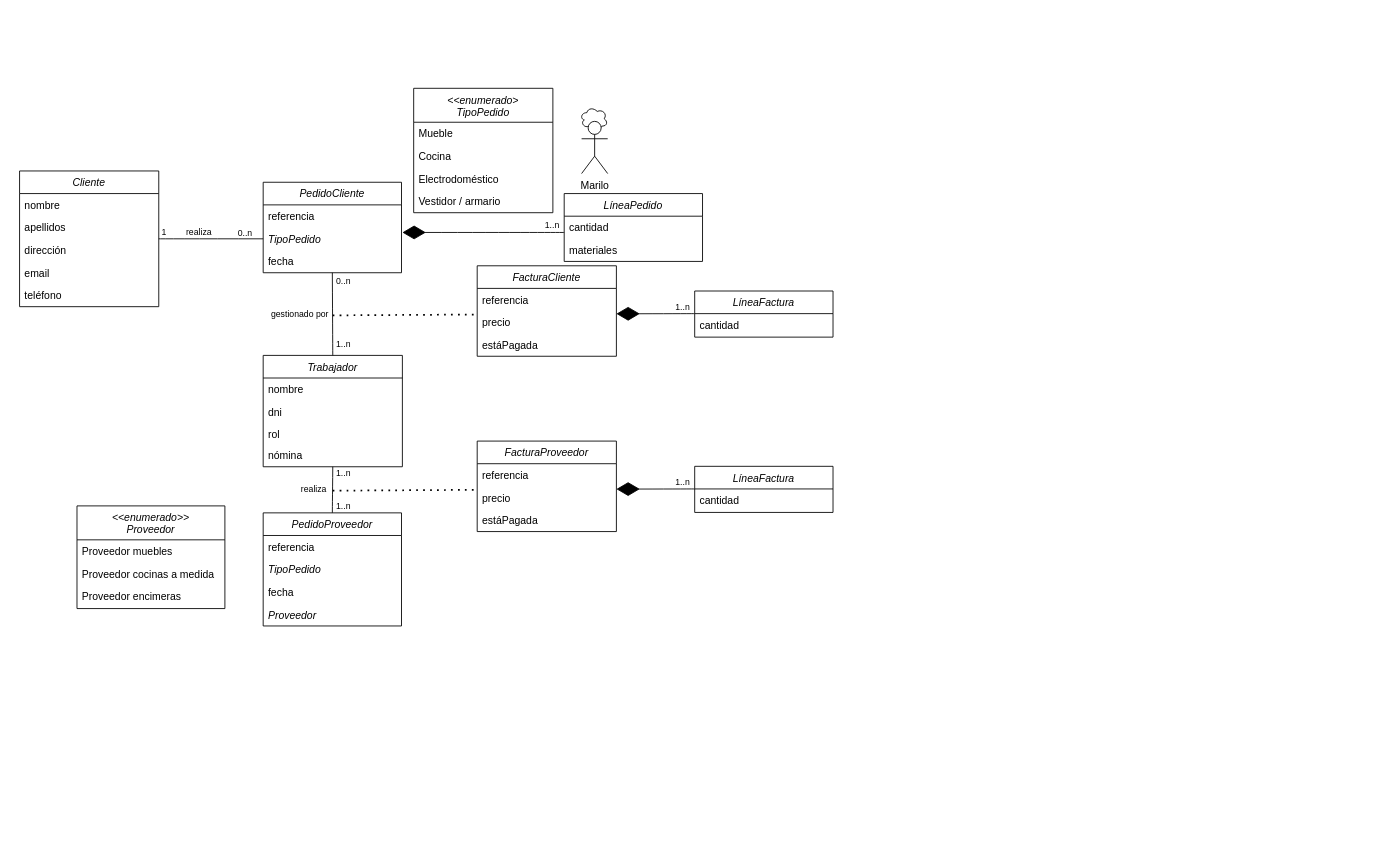
This is diagrams/Diagrama conceptual.drawio from ClaudiaOviedoGovantes/ComercialPostigo, a draw.io file, before an edit. Source tidied: cells renumbered, new cells numbered last; positions are measured from the earlier drawing's top-left corner, leaving out a move shared by most shapes. Both pictures are drawn from the tidied source at 87%, with x=0, y=0 at pixel (19, 88).
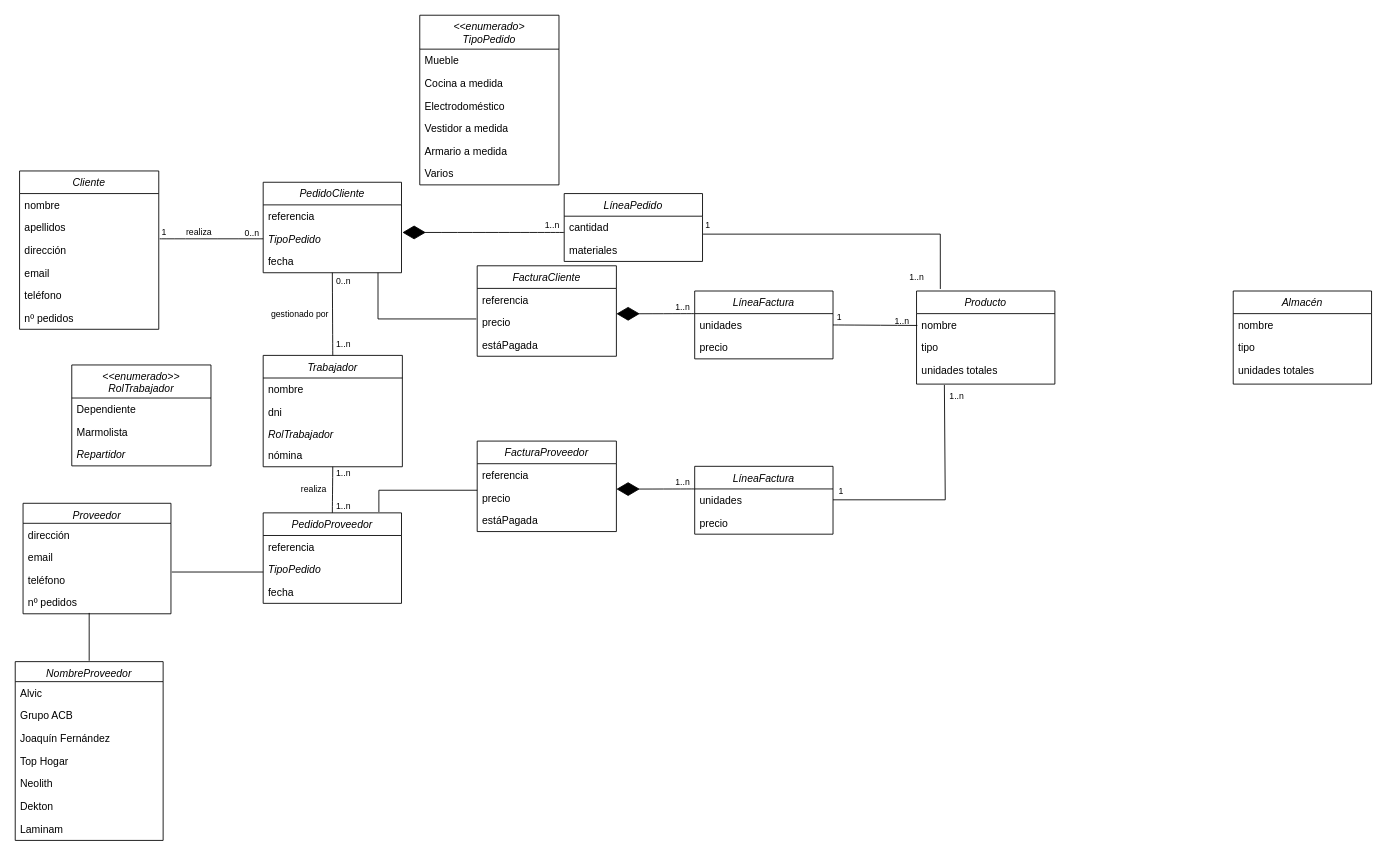
Above is the later version.

Commit message:
Cambio diagrama

The change refers to these unchanged cells:
```xml
<mxCell id="12" value="TipoPedido" style="text;align=left;verticalAlign=top;spacingLeft=4;spacingRight=4;overflow=hidden;points=[[0,0.5],[1,0.5]];portConstraint=eastwest;rounded=0;shadow=0;html=0;fontStyle=2;" parent="10" vertex="1">
  <mxGeometry y="52" width="159" height="26" as="geometry" />
</mxCell>
<mxCell id="17" value="Trabajador" style="swimlane;fontStyle=2;align=center;verticalAlign=top;horizontal=1;startSize=26;rounded=0;shadow=0;strokeWidth=1;" parent="1" vertex="1">
  <mxGeometry x="280" y="307" width="160" height="128" as="geometry" />
</mxCell>
<mxCell id="28" value="precio" style="text;align=left;verticalAlign=top;spacingLeft=4;spacingRight=4;overflow=hidden;points=[[0,0.5],[1,0.5]];portConstraint=eastwest;rounded=0;shadow=0;html=0;" parent="26" vertex="1">
  <mxGeometry y="52" width="160" height="26" as="geometry" />
</mxCell>
<mxCell id="39" value="cantidad" style="text;align=left;verticalAlign=top;spacingLeft=4;spacingRight=4;overflow=hidden;points=[[0,0.5],[1,0.5]];portConstraint=eastwest;" parent="38" vertex="1">
  <mxGeometry y="26" width="159" height="26" as="geometry" />
</mxCell>
```

What changed in the source:
```diff
@@
-    <mxCell id="2" style="ellipse;shape=cloud;whiteSpace=wrap;html=1;" parent="1" vertex="1">
-      <mxGeometry x="644" y="21" width="32" height="28" as="geometry" />
-    </mxCell>
-    <mxCell id="3" value="Marilo" style="shape=umlActor;verticalLabelPosition=bottom;verticalAlign=top;html=1;" parent="1" vertex="1">
-      <mxGeometry x="646" y="38" width="30" height="60" as="geometry" />
-    </mxCell>
     <mxCell id="4" value="Cliente" style="swimlane;fontStyle=2;align=center;verticalAlign=top;horizontal=1;startSize=26;rounded=0;shadow=0;strokeWidth=1;" parent="1" vertex="1">
-      <mxGeometry y="95" width="160" height="156" as="geometry" />
+      <mxGeometry y="95" width="160" height="182" as="geometry" />
     </mxCell>
@@
+    <mxCell id="68" value="nº pedidos&#10;" style="text;align=left;verticalAlign=top;spacingLeft=4;spacingRight=4;overflow=hidden;rounded=0;shadow=0;html=0;" parent="4" vertex="1">
+      <mxGeometry y="156" width="160" height="26" as="geometry" />
+    </mxCell>
@@
     <mxCell id="15" value="0..n" style="text;html=1;align=center;verticalAlign=middle;strokeColor=none;fillColor=none;fontSize=10;" parent="1" vertex="1">
-      <mxGeometry x="241" y="154" width="35" height="24" as="geometry" />
+      <mxGeometry x="249" y="154" width="35" height="24" as="geometry" />
     </mxCell>
@@
-    <mxCell id="20" value="rol" style="text;align=left;verticalAlign=top;spacingLeft=4;spacingRight=4;overflow=hidden;" parent="17" vertex="1">
+    <mxCell id="20" value="RolTrabajador" style="text;align=left;verticalAlign=top;spacingLeft=4;spacingRight=4;overflow=hidden;fontStyle=2;" parent="17" vertex="1">
       <mxGeometry y="78" width="160" height="24" as="geometry" />
     </mxCell>
@@
-    <mxCell id="25" style="endArrow=none;dashed=1;html=1;dashPattern=1 3;strokeWidth=2;rounded=0;fontSize=12;startSize=8;endSize=8;curved=1;entryX=0;entryY=0.5;entryDx=0;entryDy=0;" parent="1" edge="1">
-      <mxGeometry relative="1" as="geometry">
-        <mxPoint x="360" y="261" as="sourcePoint" />
-        <mxPoint x="526" y="260" as="targetPoint" />
-      </mxGeometry>
-    </mxCell>
@@
     <mxCell id="30" value="&lt;&lt;enumerado&gt;&#10;TipoPedido" style="swimlane;fontStyle=2;align=center;verticalAlign=top;horizontal=1;startSize=39;rounded=0;shadow=0;strokeWidth=1;" parent="1" vertex="1">
-      <mxGeometry x="453" width="160" height="143" as="geometry" />
+      <mxGeometry x="460" y="-84" width="160" height="195" as="geometry" />
     </mxCell>
@@
-    <mxCell id="32" value="Cocina" style="text;align=left;verticalAlign=top;spacingLeft=4;spacingRight=4;overflow=hidden;rounded=0;shadow=0;html=0;" parent="30" vertex="1">
+    <mxCell id="32" value="Cocina a medida" style="text;align=left;verticalAlign=top;spacingLeft=4;spacingRight=4;overflow=hidden;rounded=0;shadow=0;html=0;" parent="30" vertex="1">
       <mxGeometry y="65" width="160" height="26" as="geometry" />
     </mxCell>
@@
-    <mxCell id="34" value="Vestidor / armario" style="text;align=left;verticalAlign=top;spacingLeft=4;spacingRight=4;overflow=hidden;rounded=0;shadow=0;html=0;" parent="30" vertex="1">
+    <mxCell id="34" value="Vestidor a medida" style="text;align=left;verticalAlign=top;spacingLeft=4;spacingRight=4;overflow=hidden;rounded=0;shadow=0;html=0;" parent="30" vertex="1">
       <mxGeometry y="117" width="160" height="26" as="geometry" />
     </mxCell>
+    <mxCell id="69" value="Armario a medida" style="text;align=left;verticalAlign=top;spacingLeft=4;spacingRight=4;overflow=hidden;rounded=0;shadow=0;html=0;" parent="30" vertex="1">
+      <mxGeometry y="143" width="160" height="26" as="geometry" />
+    </mxCell>
+    <mxCell id="70" value="Varios" style="text;align=left;verticalAlign=top;spacingLeft=4;spacingRight=4;overflow=hidden;rounded=0;shadow=0;html=0;" parent="30" vertex="1">
+      <mxGeometry y="169" width="160" height="26" as="geometry" />
+    </mxCell>
-    <mxCell id="35" style="endArrow=none;html=1;rounded=0;fontSize=12;startSize=8;endSize=8;curved=1;entryX=0;entryY=0.5;entryDx=0;entryDy=0;exitX=1;exitY=0.5;exitDx=0;exitDy=0;" parent="1" edge="1" source="4" target="12">
-      <mxGeometry relative="1" as="geometry" />
+    <mxCell id="35" style="endArrow=none;html=1;rounded=0;fontSize=12;startSize=8;endSize=8;curved=1;entryX=0;entryY=0.5;entryDx=0;entryDy=0;" parent="1" edge="1" target="12">
+      <mxGeometry relative="1" as="geometry">
+        <mxPoint x="161" y="173" as="sourcePoint" />
+      </mxGeometry>
     </mxCell>
@@
     <mxCell id="43" value="LíneaFactura" style="swimlane;fontStyle=2;align=center;verticalAlign=top;horizontal=1;startSize=26;rounded=0;shadow=0;strokeWidth=1;" parent="1" vertex="1">
-      <mxGeometry x="776" y="233" width="159" height="53" as="geometry" />
+      <mxGeometry x="776" y="233" width="159" height="78" as="geometry" />
     </mxCell>
-    <mxCell id="44" value="cantidad" style="text;align=left;verticalAlign=top;spacingLeft=4;spacingRight=4;overflow=hidden;points=[[0,0.5],[1,0.5]];portConstraint=eastwest;" parent="43" vertex="1">
+    <mxCell id="44" value="unidades" style="text;align=left;verticalAlign=top;spacingLeft=4;spacingRight=4;overflow=hidden;points=[[0,0.5],[1,0.5]];portConstraint=eastwest;" parent="43" vertex="1">
       <mxGeometry y="26" width="159" height="26" as="geometry" />
     </mxCell>
+    <mxCell id="71" value="precio" style="text;align=left;verticalAlign=top;spacingLeft=4;spacingRight=4;overflow=hidden;" parent="43" vertex="1">
+      <mxGeometry y="52" width="159" height="26" as="geometry" />
+    </mxCell>
@@
-    <mxCell id="46" value="&lt;&lt;enumerado&gt;&gt;&#10;Proveedor" style="swimlane;fontStyle=2;align=center;verticalAlign=top;horizontal=1;startSize=39;rounded=0;shadow=0;strokeWidth=1;" parent="1" vertex="1">
-      <mxGeometry x="66" y="480" width="170" height="118" as="geometry" />
+    <mxCell id="46" value="Proveedor" style="swimlane;fontStyle=2;align=center;verticalAlign=top;horizontal=1;startSize=23;rounded=0;shadow=0;strokeWidth=1;" parent="1" vertex="1">
+      <mxGeometry x="4" y="477" width="170" height="127" as="geometry" />
     </mxCell>
-    <mxCell id="47" value="Proveedor muebles" style="text;align=left;verticalAlign=top;spacingLeft=4;spacingRight=4;overflow=hidden;" parent="46" vertex="1">
-      <mxGeometry y="39" width="170" height="26" as="geometry" />
+    <mxCell id="47" value="dirección" style="text;align=left;verticalAlign=top;spacingLeft=4;spacingRight=4;overflow=hidden;" parent="46" vertex="1">
+      <mxGeometry y="23" width="170" height="26" as="geometry" />
     </mxCell>
+    <mxCell id="72" value="email" style="text;align=left;verticalAlign=top;spacingLeft=4;spacingRight=4;overflow=hidden;" parent="46" vertex="1">
+      <mxGeometry y="49" width="170" height="26" as="geometry" />
+    </mxCell>
-    <mxCell id="48" value="Proveedor cocinas a medida" style="text;align=left;verticalAlign=top;spacingLeft=4;spacingRight=4;overflow=hidden;rounded=0;shadow=0;html=0;" parent="46" vertex="1">
-      <mxGeometry y="65" width="170" height="26" as="geometry" />
+    <mxCell id="48" value="teléfono" style="text;align=left;verticalAlign=top;spacingLeft=4;spacingRight=4;overflow=hidden;rounded=0;shadow=0;html=0;" parent="46" vertex="1">
+      <mxGeometry y="75" width="170" height="26" as="geometry" />
     </mxCell>
-    <mxCell id="49" value="Proveedor encimeras" style="text;align=left;verticalAlign=top;spacingLeft=4;spacingRight=4;overflow=hidden;rounded=0;shadow=0;html=0;" parent="46" vertex="1">
-      <mxGeometry y="91" width="170" height="26" as="geometry" />
-    </mxCell>
+    <mxCell id="73" value="nº pedidos" style="text;align=left;verticalAlign=top;spacingLeft=4;spacingRight=4;overflow=hidden;rounded=0;shadow=0;html=0;" parent="46" vertex="1">
+      <mxGeometry y="101" width="170" height="26" as="geometry" />
+    </mxCell>
@@
     <mxCell id="52" value="PedidoProveedor" style="swimlane;fontStyle=2;align=center;verticalAlign=top;horizontal=1;startSize=26;rounded=0;shadow=0;strokeWidth=1;" parent="1" vertex="1">
-      <mxGeometry x="280" y="488" width="159" height="130" as="geometry" />
+      <mxGeometry x="280" y="488" width="159" height="104" as="geometry" />
     </mxCell>
@@
-    <mxCell id="56" value="Proveedor" style="text;align=left;verticalAlign=top;spacingLeft=4;spacingRight=4;overflow=hidden;rounded=0;shadow=0;html=0;fontStyle=2;" parent="52" vertex="1">
-      <mxGeometry y="104" width="159" height="26" as="geometry" />
-    </mxCell>
@@
-    <mxCell id="59" style="endArrow=none;dashed=1;html=1;dashPattern=1 3;strokeWidth=2;rounded=0;fontSize=12;startSize=8;endSize=8;curved=1;entryX=0;entryY=0.5;entryDx=0;entryDy=0;" parent="1" edge="1">
-      <mxGeometry relative="1" as="geometry">
-        <mxPoint x="360" y="462.5" as="sourcePoint" />
-        <mxPoint x="526" y="461.5" as="targetPoint" />
-      </mxGeometry>
-    </mxCell>
@@
     <mxCell id="65" value="LíneaFactura" style="swimlane;fontStyle=2;align=center;verticalAlign=top;horizontal=1;startSize=26;rounded=0;shadow=0;strokeWidth=1;" parent="1" vertex="1">
-      <mxGeometry x="776" y="434.5" width="159" height="53" as="geometry" />
+      <mxGeometry x="776" y="434.5" width="159" height="78" as="geometry" />
     </mxCell>
-    <mxCell id="66" value="cantidad" style="text;align=left;verticalAlign=top;spacingLeft=4;spacingRight=4;overflow=hidden;" parent="65" vertex="1">
+    <mxCell id="66" value="unidades" style="text;align=left;verticalAlign=top;spacingLeft=4;spacingRight=4;overflow=hidden;" parent="65" vertex="1">
       <mxGeometry y="26" width="159" height="26" as="geometry" />
     </mxCell>
+    <mxCell id="74" value="precio" style="text;align=left;verticalAlign=top;spacingLeft=4;spacingRight=4;overflow=hidden;" parent="65" vertex="1">
+      <mxGeometry y="52" width="159" height="26" as="geometry" />
+    </mxCell>
@@
+    <mxCell id="75" value="Producto" style="swimlane;fontStyle=2;align=center;verticalAlign=top;horizontal=1;startSize=26;rounded=0;shadow=0;strokeWidth=1;" parent="1" vertex="1">
+      <mxGeometry x="1031" y="233" width="159" height="107" as="geometry" />
+    </mxCell>
+    <mxCell id="76" value="nombre" style="text;align=left;verticalAlign=top;spacingLeft=4;spacingRight=4;overflow=hidden;" parent="75" vertex="1">
+      <mxGeometry y="26" width="159" height="26" as="geometry" />
+    </mxCell>
+    <mxCell id="77" value="tipo" style="text;align=left;verticalAlign=top;spacingLeft=4;spacingRight=4;overflow=hidden;" parent="75" vertex="1">
+      <mxGeometry y="52" width="159" height="26" as="geometry" />
+    </mxCell>
+    <mxCell id="78" value="unidades totales" style="text;align=left;verticalAlign=top;spacingLeft=4;spacingRight=4;overflow=hidden;" parent="75" vertex="1">
+      <mxGeometry y="78" width="159" height="26" as="geometry" />
+    </mxCell>
+    <mxCell id="79" style="endArrow=none;html=1;rounded=0;fontSize=12;startSize=8;endSize=8;curved=1;exitX=1;exitY=0.5;exitDx=0;exitDy=0;entryX=-0.007;entryY=0.793;entryDx=0;entryDy=0;entryPerimeter=0;" parent="1" edge="1" source="44">
+      <mxGeometry relative="1" as="geometry">
+        <mxPoint x="1031.9" y="272.6" as="targetPoint" />
+      </mxGeometry>
+    </mxCell>
+    <mxCell id="80" style="endArrow=none;html=1;rounded=0;fontSize=12;startSize=8;endSize=8;exitX=1.004;exitY=0.793;exitDx=0;exitDy=0;edgeStyle=orthogonalEdgeStyle;entryX=0.172;entryY=-0.022;entryDx=0;entryDy=0;entryPerimeter=0;exitPerimeter=0;" parent="1" edge="1" source="39" target="75">
+      <mxGeometry relative="1" as="geometry" />
+    </mxCell>
+    <mxCell id="81" style="endArrow=none;html=1;rounded=0;fontSize=12;startSize=8;endSize=8;exitX=1;exitY=0.5;exitDx=0;exitDy=0;edgeStyle=orthogonalEdgeStyle;" parent="1" edge="1">
+      <mxGeometry relative="1" as="geometry">
+        <mxPoint x="935" y="473" as="sourcePoint" />
+        <mxPoint x="1063" y="341" as="targetPoint" />
+        <Array as="points">
+          <mxPoint x="1064" y="473" />
+          <mxPoint x="1064" y="341" />
+        </Array>
+      </mxGeometry>
+    </mxCell>
+    <mxCell id="82" value="&lt;font style=&quot;font-size: 10px;&quot;&gt;1..n&lt;/font&gt;" style="text;html=1;align=center;verticalAlign=middle;strokeColor=none;fillColor=none;fontSize=16;" parent="1" vertex="1">
+      <mxGeometry x="1013" y="199" width="35" height="31" as="geometry" />
+    </mxCell>
+    <mxCell id="83" value="&lt;font style=&quot;font-size: 10px;&quot;&gt;1..n&lt;/font&gt;" style="text;html=1;align=center;verticalAlign=middle;strokeColor=none;fillColor=none;fontSize=16;" parent="1" vertex="1">
+      <mxGeometry x="996" y="249.5" width="35" height="31" as="geometry" />
+    </mxCell>
+    <mxCell id="84" value="&lt;font style=&quot;font-size: 10px;&quot;&gt;1..n&lt;/font&gt;" style="text;html=1;align=center;verticalAlign=middle;strokeColor=none;fillColor=none;fontSize=16;" parent="1" vertex="1">
+      <mxGeometry x="1059" y="336" width="35" height="31" as="geometry" />
+    </mxCell>
+    <mxCell id="85" value="&lt;font style=&quot;font-size: 10px;&quot;&gt;1&lt;/font&gt;" style="text;html=1;align=center;verticalAlign=middle;strokeColor=none;fillColor=none;fontSize=16;" parent="1" vertex="1">
+      <mxGeometry x="932" y="445.5" width="24" height="31" as="geometry" />
+    </mxCell>
+    <mxCell id="86" value="&lt;font style=&quot;font-size: 10px;&quot;&gt;1&lt;/font&gt;" style="text;html=1;align=center;verticalAlign=middle;strokeColor=none;fillColor=none;fontSize=16;" parent="1" vertex="1">
+      <mxGeometry x="930" y="245" width="24" height="31" as="geometry" />
+    </mxCell>
+    <mxCell id="87" value="&lt;font style=&quot;font-size: 10px;&quot;&gt;1&lt;/font&gt;" style="text;html=1;align=center;verticalAlign=middle;strokeColor=none;fillColor=none;fontSize=16;" parent="1" vertex="1">
+      <mxGeometry x="779" y="139.5" width="24" height="31" as="geometry" />
+    </mxCell>
+    <mxCell id="88" style="endArrow=none;html=1;rounded=0;fontSize=12;startSize=8;endSize=8;edgeStyle=orthogonalEdgeStyle;entryX=-0.006;entryY=0.351;entryDx=0;entryDy=0;entryPerimeter=0;" parent="1" edge="1" target="28">
+      <mxGeometry relative="1" as="geometry">
+        <mxPoint x="412" y="212" as="sourcePoint" />
+        <Array as="points">
+          <mxPoint x="412" y="265" />
+        </Array>
+      </mxGeometry>
+    </mxCell>
+    <mxCell id="89" style="endArrow=none;html=1;rounded=0;fontSize=12;startSize=8;endSize=8;edgeStyle=orthogonalEdgeStyle;entryX=-0.006;entryY=0.351;entryDx=0;entryDy=0;entryPerimeter=0;" parent="1" edge="1">
+      <mxGeometry relative="1" as="geometry">
+        <mxPoint x="413" y="487" as="sourcePoint" />
+        <mxPoint x="526" y="462" as="targetPoint" />
+        <Array as="points">
+          <mxPoint x="413" y="487" />
+          <mxPoint x="413" y="462" />
+        </Array>
+      </mxGeometry>
+    </mxCell>
+    <mxCell id="90" value="&lt;&lt;enumerado&gt;&gt;&#10;RolTrabajador" style="swimlane;fontStyle=2;align=center;verticalAlign=top;horizontal=1;startSize=38;rounded=0;shadow=0;strokeWidth=1;" parent="1" vertex="1">
+      <mxGeometry x="60" y="318" width="160" height="116" as="geometry" />
+    </mxCell>
+    <mxCell id="91" value="Dependiente" style="text;align=left;verticalAlign=top;spacingLeft=4;spacingRight=4;overflow=hidden;rounded=0;shadow=0;html=0;" parent="90" vertex="1">
+      <mxGeometry y="38" width="160" height="26" as="geometry" />
+    </mxCell>
+    <mxCell id="92" value="Marmolista" style="text;align=left;verticalAlign=top;spacingLeft=4;spacingRight=4;overflow=hidden;rounded=0;shadow=0;html=0;" parent="90" vertex="1">
+      <mxGeometry y="64" width="160" height="26" as="geometry" />
+    </mxCell>
+    <mxCell id="93" value="Repartidor" style="text;align=left;verticalAlign=top;spacingLeft=4;spacingRight=4;overflow=hidden;fontStyle=2;" parent="90" vertex="1">
+      <mxGeometry y="90" width="160" height="24" as="geometry" />
+    </mxCell>
+    <mxCell id="94" style="endArrow=none;html=1;rounded=0;fontSize=12;startSize=8;endSize=8;edgeStyle=orthogonalEdgeStyle;entryX=-0.006;entryY=0.351;entryDx=0;entryDy=0;entryPerimeter=0;" parent="1" edge="1">
+      <mxGeometry relative="1" as="geometry">
+        <mxPoint x="175" y="556" as="sourcePoint" />
+        <mxPoint x="280" y="556" as="targetPoint" />
+        <Array as="points">
+          <mxPoint x="189" y="556" />
+          <mxPoint x="189" y="556" />
+        </Array>
+      </mxGeometry>
+    </mxCell>
+    <mxCell id="95" value="NombreProveedor" style="swimlane;fontStyle=2;align=center;verticalAlign=top;horizontal=1;startSize=23;rounded=0;shadow=0;strokeWidth=1;" parent="1" vertex="1">
+      <mxGeometry x="-5" y="659" width="170" height="205.5" as="geometry" />
+    </mxCell>
+    <mxCell id="96" value="Alvic" style="text;align=left;verticalAlign=top;spacingLeft=4;spacingRight=4;overflow=hidden;" parent="95" vertex="1">
+      <mxGeometry y="23" width="170" height="26" as="geometry" />
+    </mxCell>
+    <mxCell id="97" value="Grupo ACB" style="text;align=left;verticalAlign=top;spacingLeft=4;spacingRight=4;overflow=hidden;rounded=0;shadow=0;html=0;" parent="95" vertex="1">
+      <mxGeometry y="49" width="170" height="26" as="geometry" />
+    </mxCell>
+    <mxCell id="98" value="Joaquín Fernández" style="text;align=left;verticalAlign=top;spacingLeft=4;spacingRight=4;overflow=hidden;rounded=0;shadow=0;html=0;" parent="95" vertex="1">
+      <mxGeometry y="75" width="170" height="26" as="geometry" />
+    </mxCell>
+    <mxCell id="99" value="Top Hogar" style="text;align=left;verticalAlign=top;spacingLeft=4;spacingRight=4;overflow=hidden;rounded=0;shadow=0;html=0;" parent="95" vertex="1">
+      <mxGeometry y="101" width="170" height="26" as="geometry" />
+    </mxCell>
+    <mxCell id="100" value="Neolith" style="text;align=left;verticalAlign=top;spacingLeft=4;spacingRight=4;overflow=hidden;rounded=0;shadow=0;html=0;" parent="95" vertex="1">
+      <mxGeometry y="127" width="170" height="26" as="geometry" />
+    </mxCell>
+    <mxCell id="101" value="Dekton" style="text;align=left;verticalAlign=top;spacingLeft=4;spacingRight=4;overflow=hidden;rounded=0;shadow=0;html=0;" parent="95" vertex="1">
+      <mxGeometry y="153" width="170" height="26" as="geometry" />
+    </mxCell>
+    <mxCell id="102" value="Laminam" style="text;align=left;verticalAlign=top;spacingLeft=4;spacingRight=4;overflow=hidden;rounded=0;shadow=0;html=0;" parent="95" vertex="1">
+      <mxGeometry y="179" width="170" height="26" as="geometry" />
+    </mxCell>
+    <mxCell id="103" style="endArrow=none;html=1;rounded=0;fontSize=12;startSize=8;endSize=8;edgeStyle=orthogonalEdgeStyle;" parent="1" edge="1">
+      <mxGeometry relative="1" as="geometry">
+        <mxPoint x="80" y="603" as="sourcePoint" />
+        <mxPoint x="80" y="658" as="targetPoint" />
+        <Array as="points">
+          <mxPoint x="80" y="618" />
+        </Array>
+      </mxGeometry>
+    </mxCell>
+    <mxCell id="104" value="Almacén" style="swimlane;fontStyle=2;align=center;verticalAlign=top;horizontal=1;startSize=26;rounded=0;shadow=0;strokeWidth=1;" parent="1" vertex="1">
+      <mxGeometry x="1395" y="233" width="159" height="107" as="geometry" />
+    </mxCell>
+    <mxCell id="105" value="nombre" style="text;align=left;verticalAlign=top;spacingLeft=4;spacingRight=4;overflow=hidden;" parent="104" vertex="1">
+      <mxGeometry y="26" width="159" height="26" as="geometry" />
+    </mxCell>
+    <mxCell id="106" value="tipo" style="text;align=left;verticalAlign=top;spacingLeft=4;spacingRight=4;overflow=hidden;" parent="104" vertex="1">
+      <mxGeometry y="52" width="159" height="26" as="geometry" />
+    </mxCell>
+    <mxCell id="107" value="unidades totales" style="text;align=left;verticalAlign=top;spacingLeft=4;spacingRight=4;overflow=hidden;" parent="104" vertex="1">
+      <mxGeometry y="78" width="159" height="26" as="geometry" />
+    </mxCell>
```
